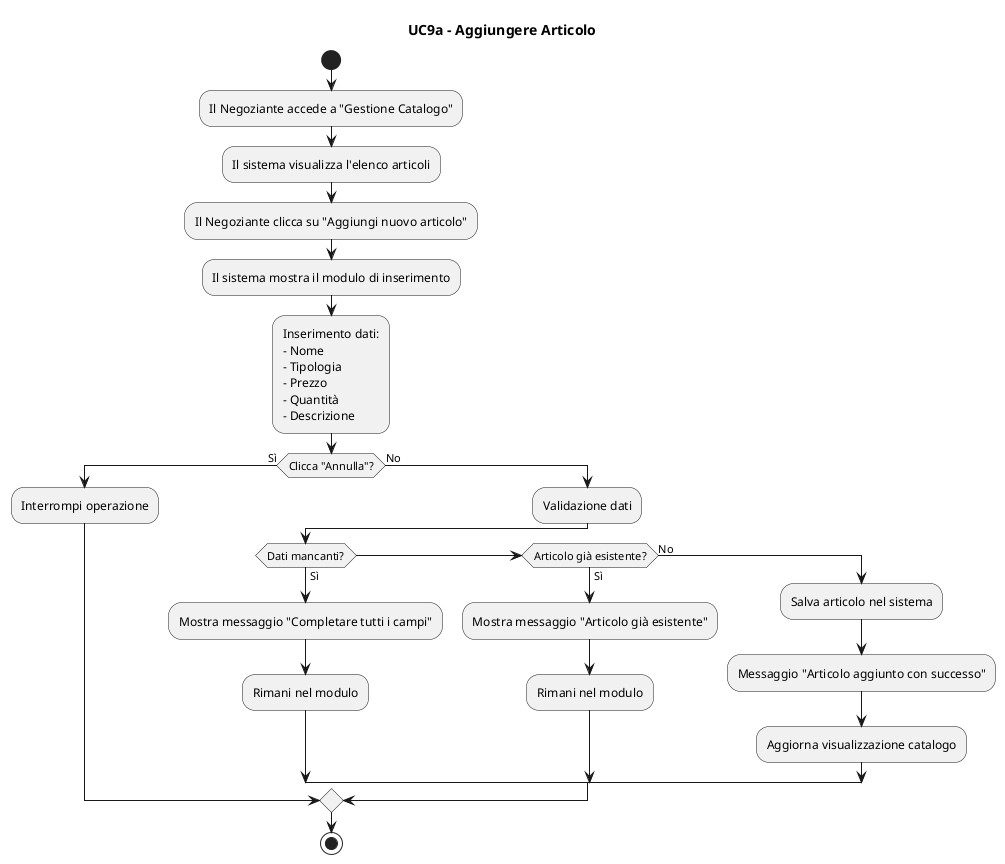
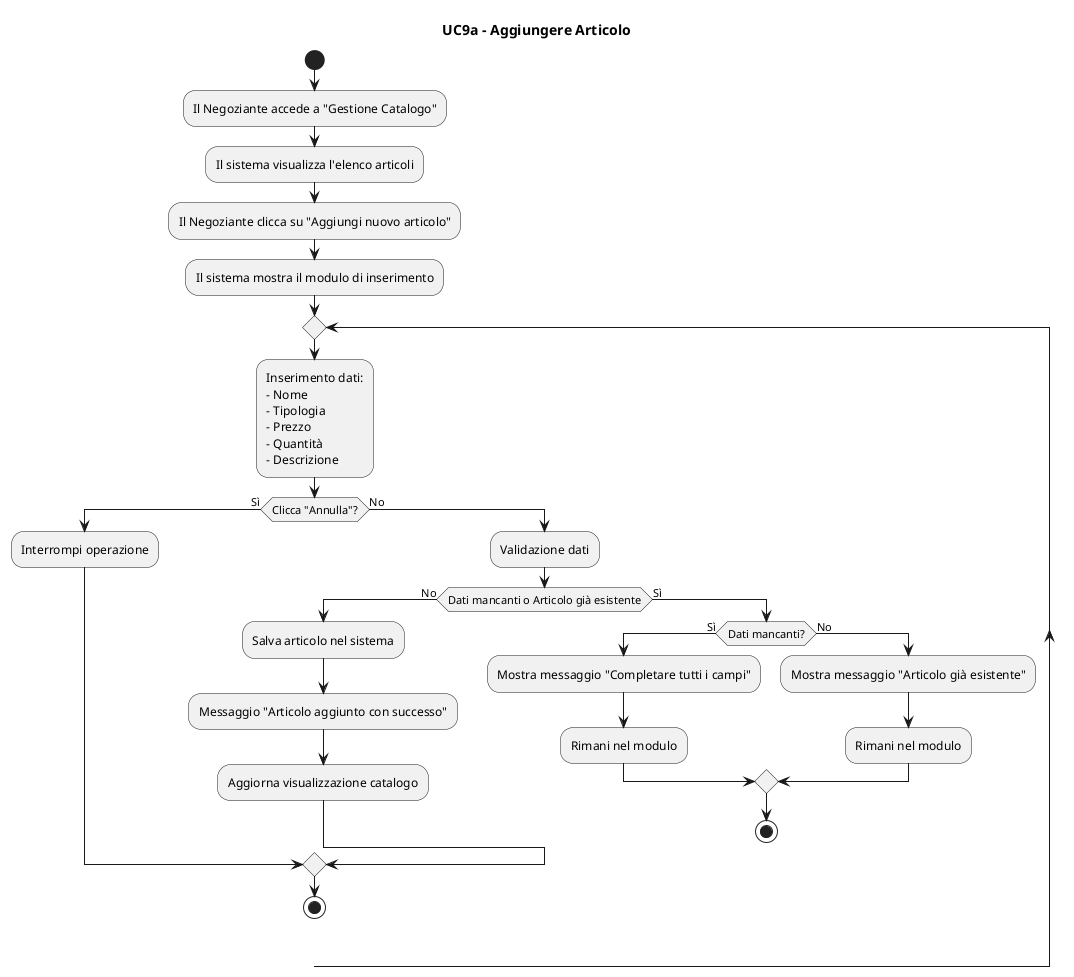
@startuml
title UC9a - Aggiungere Articolo
start
:Il Negoziante accede a "Gestione Catalogo";
:Il sistema visualizza l'elenco articoli;
:Il Negoziante clicca su "Aggiungi nuovo articolo";
:Il sistema mostra il modulo di inserimento;
+ repeat
:Inserimento dati:
- Nome
- Tipologia
- Prezzo
- Quantità
- Descrizione;

if (Clicca "Annulla"?) then (Sì)
  :Interrompi operazione;
else (No)
  :Validazione dati;
- 
-   if (Dati mancanti?) then (Sì)
-     :Mostra messaggio "Completare tutti i campi";
-     :Rimani nel modulo;
-   elseif (Articolo già esistente?) then (Sì)
-     :Mostra messaggio "Articolo già esistente";
-     :Rimani nel modulo;
-   else (No)
+   if (Dati mancanti o Articolo già esistente) then (No)
    :Salva articolo nel sistema;
    :Messaggio "Articolo aggiunto con successo";
    :Aggiorna visualizzazione catalogo;
+   else (Sì)
+     if (Dati mancanti?) then (Sì)
+     :Mostra messaggio "Completare tutti i campi";
+     :Rimani nel modulo;
+     else (No)
+     :Mostra messaggio "Articolo già esistente";
+     :Rimani nel modulo;
+     endif
+     stop
  endif
endif
stop
- @enduml+ 
+ @enduml
